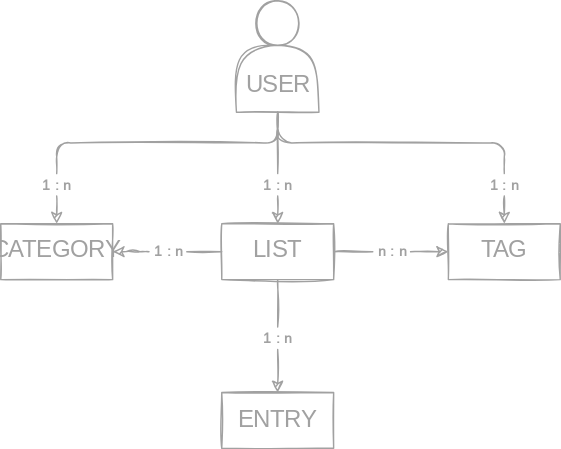
This is entity-relationship.drawio.svg from miaslls/MiaList-NestJS-Prisma-PostgreSQL, a draw.io export, as it was before one commit. Source tidied: cells renumbered, new cells last; positions are measured from the earlier drawing's top-left corner, leaving out a move shared by most shapes. The source it was exported from:
```xml
<mxGraphModel>
  <root>
    <mxCell id="0" />
    <mxCell id="1" parent="0" />
    <mxCell id="2" value="&lt;font&gt;&lt;br&gt;&lt;br&gt;USER&lt;/font&gt;" style="shape=actor;whiteSpace=wrap;html=1;verticalAlign=middle;labelBackgroundColor=none;strokeWidth=1;strokeColor=#A1A1A1;fontColor=#a1a1a1;fillColor=none;gradientColor=none;sketch=1;fontFamily=Annie Use Your Telescope;fontSource=https%3A%2F%2Ffonts.googleapis.com%2Fcss%3Ffamily%3DAnnie%2BUse%2BYour%2BTelescope;fontSize=17;fontStyle=0;" parent="1" vertex="1">
      <mxGeometry x="168.5" width="59" height="79.8" as="geometry" />
    </mxCell>
    <mxCell id="3" value="CATEGORY" style="rounded=0;whiteSpace=wrap;html=1;fontFamily=Annie Use Your Telescope;fontSource=https%3A%2F%2Ffonts.googleapis.com%2Fcss%3Ffamily%3DAnnie%2BUse%2BYour%2BTelescope;labelBackgroundColor=none;strokeWidth=1;strokeColor=#A1A1A1;fontColor=#a1a1a1;fillColor=none;gradientColor=none;glass=0;sketch=1;fontSize=17;fontStyle=0;" parent="1" vertex="1">
      <mxGeometry y="159.5" width="80" height="39.9" as="geometry" />
    </mxCell>
    <mxCell id="4" style="edgeStyle=orthogonalEdgeStyle;html=1;exitX=0;exitY=0.5;exitDx=0;exitDy=0;fontFamily=Roboto;fontSource=https%3A%2F%2Ffonts.googleapis.com%2Fcss%3Ffamily%3DRoboto;fontSize=10;fontColor=default;startArrow=none;strokeColor=#A1A1A1;sketch=1;" parent="1" edge="1" source="17" target="3">
      <mxGeometry relative="1" as="geometry" />
    </mxCell>
    <mxCell id="5" value="LIST" style="rounded=0;whiteSpace=wrap;html=1;fontFamily=Annie Use Your Telescope;fontSource=https%3A%2F%2Ffonts.googleapis.com%2Fcss%3Ffamily%3DAnnie%2BUse%2BYour%2BTelescope;labelBackgroundColor=none;strokeWidth=1;strokeColor=#A1A1A1;fontColor=#a1a1a1;fillColor=none;gradientColor=none;glass=0;sketch=1;fontSize=17;fontStyle=0;" parent="1" vertex="1">
      <mxGeometry x="158" y="159.5" width="80" height="39.9" as="geometry" />
    </mxCell>
    <mxCell id="6" value="ENTRY" style="rounded=0;whiteSpace=wrap;html=1;fontFamily=Annie Use Your Telescope;fontSource=https%3A%2F%2Ffonts.googleapis.com%2Fcss%3Ffamily%3DAnnie%2BUse%2BYour%2BTelescope;labelBackgroundColor=none;strokeWidth=1;strokeColor=#A1A1A1;fontColor=#a1a1a1;fillColor=none;gradientColor=none;glass=0;sketch=1;fontSize=17;fontStyle=0;" parent="1" vertex="1">
      <mxGeometry x="158" y="280.1" width="80" height="39.9" as="geometry" />
    </mxCell>
    <mxCell id="7" value="TAG" style="rounded=0;whiteSpace=wrap;html=1;fontFamily=Annie Use Your Telescope;fontSource=https%3A%2F%2Ffonts.googleapis.com%2Fcss%3Ffamily%3DAnnie%2BUse%2BYour%2BTelescope;labelBackgroundColor=none;strokeWidth=1;strokeColor=#A1A1A1;fontColor=#a1a1a1;fillColor=none;gradientColor=none;glass=0;sketch=1;fontSize=17;fontStyle=0;" parent="1" vertex="1">
      <mxGeometry x="320" y="159.5" width="80" height="39.9" as="geometry" />
    </mxCell>
    <mxCell id="8" value="1 : n" style="text;html=1;align=center;verticalAlign=middle;points=[];fillColor=none;strokeColor=none;rounded=0;fontFamily=Annie Use Your Telescope;fontSource=https%3A%2F%2Ffonts.googleapis.com%2Fcss%3Ffamily%3DAnnie%2BUse%2BYour%2BTelescope;fontSize=10;fontColor=#A1A1A1;labelBackgroundColor=none;shadow=1;glass=0;sketch=1;fontStyle=1;" parent="1" vertex="1">
      <mxGeometry x="184.5" y="123.6" width="27" height="16" as="geometry" />
    </mxCell>
    <mxCell id="9" style="edgeStyle=orthogonalEdgeStyle;html=1;exitX=0.5;exitY=1;exitDx=0;exitDy=0;entryX=0.5;entryY=0;entryDx=0;entryDy=0;fontFamily=Roboto;fontSource=https%3A%2F%2Ffonts.googleapis.com%2Fcss%3Ffamily%3DRoboto;fontSize=10;fontColor=default;startArrow=none;strokeColor=#A1A1A1;sketch=1;" parent="1" edge="1" source="8" target="5">
      <mxGeometry relative="1" as="geometry" />
    </mxCell>
    <mxCell id="10" style="edgeStyle=orthogonalEdgeStyle;html=1;exitX=0.5;exitY=1;exitDx=0;exitDy=0;entryX=0.5;entryY=0;entryDx=0;entryDy=0;fontFamily=Roboto;fontSource=https%3A%2F%2Ffonts.googleapis.com%2Fcss%3Ffamily%3DRoboto;fontSize=10;fontColor=default;endArrow=none;strokeColor=#A1A1A1;sketch=1;" parent="1" edge="1" source="2" target="8">
      <mxGeometry relative="1" as="geometry" />
    </mxCell>
    <mxCell id="11" value="1 : n" style="text;html=1;align=center;verticalAlign=middle;points=[];fillColor=none;strokeColor=none;rounded=0;fontFamily=Annie Use Your Telescope;fontSource=https%3A%2F%2Ffonts.googleapis.com%2Fcss%3Ffamily%3DAnnie%2BUse%2BYour%2BTelescope;fontSize=10;fontColor=#A1A1A1;labelBackgroundColor=none;shadow=1;glass=0;sketch=1;fontStyle=1;" parent="1" vertex="1">
      <mxGeometry x="26.5" y="123.6" width="27" height="16" as="geometry" />
    </mxCell>
    <mxCell id="12" style="edgeStyle=orthogonalEdgeStyle;html=1;exitX=0.5;exitY=1;exitDx=0;exitDy=0;entryX=0.5;entryY=0;entryDx=0;entryDy=0;fontFamily=Roboto;fontSource=https%3A%2F%2Ffonts.googleapis.com%2Fcss%3Ffamily%3DRoboto;fontSize=10;fontColor=default;startArrow=none;strokeColor=#A1A1A1;sketch=1;" parent="1" edge="1" source="11" target="3">
      <mxGeometry relative="1" as="geometry" />
    </mxCell>
    <mxCell id="13" style="edgeStyle=orthogonalEdgeStyle;html=1;exitX=0.5;exitY=1;exitDx=0;exitDy=0;entryX=0.5;entryY=0;entryDx=0;entryDy=0;fontFamily=Roboto;fontSource=https%3A%2F%2Ffonts.googleapis.com%2Fcss%3Ffamily%3DRoboto;fontSize=10;fontColor=default;endArrow=none;strokeColor=#A1A1A1;sketch=1;" parent="1" edge="1" source="2" target="11">
      <mxGeometry relative="1" as="geometry" />
    </mxCell>
    <mxCell id="14" value="1 : n" style="text;html=1;align=center;verticalAlign=middle;points=[];fillColor=none;strokeColor=none;rounded=0;fontFamily=Annie Use Your Telescope;fontSource=https%3A%2F%2Ffonts.googleapis.com%2Fcss%3Ffamily%3DAnnie%2BUse%2BYour%2BTelescope;fontSize=10;fontColor=#A1A1A1;labelBackgroundColor=none;shadow=1;glass=0;sketch=1;fontStyle=1;" parent="1" vertex="1">
      <mxGeometry x="346.5" y="123.6" width="27" height="16" as="geometry" />
    </mxCell>
    <mxCell id="15" style="edgeStyle=orthogonalEdgeStyle;html=1;exitX=0.5;exitY=1;exitDx=0;exitDy=0;entryX=0.5;entryY=0;entryDx=0;entryDy=0;fontFamily=Roboto;fontSource=https%3A%2F%2Ffonts.googleapis.com%2Fcss%3Ffamily%3DRoboto;fontSize=10;fontColor=default;startArrow=none;strokeColor=#A1A1A1;sketch=1;" parent="1" edge="1" source="14" target="7">
      <mxGeometry relative="1" as="geometry" />
    </mxCell>
    <mxCell id="16" style="edgeStyle=orthogonalEdgeStyle;html=1;exitX=0.5;exitY=1;exitDx=0;exitDy=0;entryX=0.5;entryY=0;entryDx=0;entryDy=0;fontFamily=Roboto;fontSource=https%3A%2F%2Ffonts.googleapis.com%2Fcss%3Ffamily%3DRoboto;fontSize=10;fontColor=default;endArrow=none;strokeColor=#A1A1A1;sketch=1;" parent="1" edge="1" source="2" target="14">
      <mxGeometry relative="1" as="geometry" />
    </mxCell>
    <mxCell id="17" value="1 : n" style="text;html=1;align=center;verticalAlign=middle;points=[];fillColor=none;strokeColor=none;rounded=0;fontFamily=Annie Use Your Telescope;fontSource=https%3A%2F%2Ffonts.googleapis.com%2Fcss%3Ffamily%3DAnnie%2BUse%2BYour%2BTelescope;fontSize=10;fontColor=#A1A1A1;labelBackgroundColor=none;shadow=1;glass=0;sketch=1;fontStyle=1;" parent="1" vertex="1">
      <mxGeometry x="106" y="171.4" width="27" height="16" as="geometry" />
    </mxCell>
    <mxCell id="18" style="edgeStyle=orthogonalEdgeStyle;html=1;exitX=0;exitY=0.5;exitDx=0;exitDy=0;fontFamily=Roboto;fontSource=https%3A%2F%2Ffonts.googleapis.com%2Fcss%3Ffamily%3DRoboto;fontSize=10;fontColor=default;endArrow=none;strokeColor=#A1A1A1;sketch=1;" parent="1" edge="1" source="5" target="17">
      <mxGeometry relative="1" as="geometry" />
    </mxCell>
    <mxCell id="19" value="n : n" style="text;html=1;align=center;verticalAlign=middle;points=[];fillColor=none;strokeColor=none;rounded=0;fontFamily=Annie Use Your Telescope;fontSource=https%3A%2F%2Ffonts.googleapis.com%2Fcss%3Ffamily%3DAnnie%2BUse%2BYour%2BTelescope;fontSize=10;fontColor=#A1A1A1;labelBackgroundColor=none;shadow=1;glass=0;sketch=1;fontStyle=1;" parent="1" vertex="1">
      <mxGeometry x="266" y="171.4" width="27" height="16" as="geometry" />
    </mxCell>
    <mxCell id="20" style="edgeStyle=orthogonalEdgeStyle;html=1;exitX=1;exitY=0.5;exitDx=0;exitDy=0;entryX=0;entryY=0.5;entryDx=0;entryDy=0;fontFamily=Roboto;fontSource=https%3A%2F%2Ffonts.googleapis.com%2Fcss%3Ffamily%3DRoboto;fontSize=10;fontColor=default;endArrow=none;strokeColor=#A1A1A1;sketch=1;" parent="1" edge="1" source="5" target="19">
      <mxGeometry relative="1" as="geometry" />
    </mxCell>
    <mxCell id="21" value="1 : n" style="text;html=1;align=center;verticalAlign=middle;points=[];fillColor=none;strokeColor=none;rounded=0;fontFamily=Annie Use Your Telescope;fontSource=https%3A%2F%2Ffonts.googleapis.com%2Fcss%3Ffamily%3DAnnie%2BUse%2BYour%2BTelescope;fontSize=10;fontColor=#A1A1A1;labelBackgroundColor=none;shadow=1;glass=0;sketch=1;fontStyle=1;" parent="1" vertex="1">
      <mxGeometry x="184.5" y="233.3" width="27" height="16" as="geometry" />
    </mxCell>
    <mxCell id="22" style="edgeStyle=orthogonalEdgeStyle;html=1;exitX=0.5;exitY=1;exitDx=0;exitDy=0;fontFamily=Roboto;fontSource=https%3A%2F%2Ffonts.googleapis.com%2Fcss%3Ffamily%3DRoboto;fontSize=10;fontColor=default;endArrow=none;strokeColor=#A1A1A1;sketch=1;" parent="1" edge="1" source="5" target="21">
      <mxGeometry relative="1" as="geometry" />
    </mxCell>
    <mxCell id="23" style="edgeStyle=orthogonalEdgeStyle;html=1;exitX=1;exitY=0.5;exitDx=0;exitDy=0;entryX=0;entryY=0.5;entryDx=0;entryDy=0;fontFamily=Roboto;fontSource=https%3A%2F%2Ffonts.googleapis.com%2Fcss%3Ffamily%3DRoboto;fontSize=10;fontColor=default;startArrow=none;strokeColor=#A1A1A1;sketch=1;" parent="1" edge="1" source="19" target="7">
      <mxGeometry relative="1" as="geometry" />
    </mxCell>
    <mxCell id="24" style="edgeStyle=orthogonalEdgeStyle;html=1;exitX=0.5;exitY=1;exitDx=0;exitDy=0;fontFamily=Roboto;fontSource=https%3A%2F%2Ffonts.googleapis.com%2Fcss%3Ffamily%3DRoboto;fontSize=10;fontColor=default;startArrow=none;strokeColor=#A1A1A1;sketch=1;" parent="1" edge="1" source="21" target="6">
      <mxGeometry relative="1" as="geometry" />
    </mxCell>
  </root>
</mxGraphModel>
```
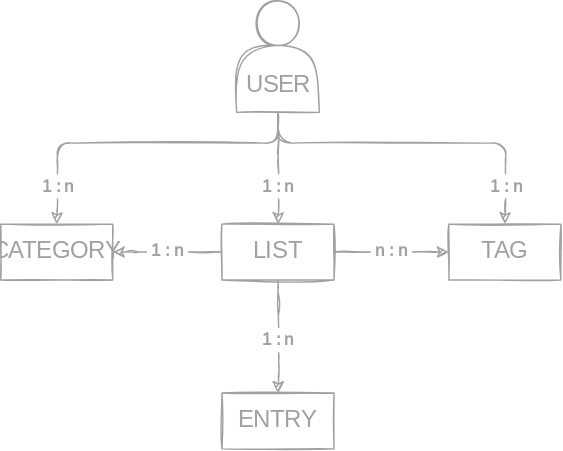
The same file after the commit.

What changed in the source:
```diff
@@ -20,8 +20,8 @@
     <mxCell id="7" value="TAG" style="rounded=0;whiteSpace=wrap;html=1;fontFamily=Annie Use Your Telescope;fontSource=https%3A%2F%2Ffonts.googleapis.com%2Fcss%3Ffamily%3DAnnie%2BUse%2BYour%2BTelescope;labelBackgroundColor=none;strokeWidth=1;strokeColor=#A1A1A1;fontColor=#a1a1a1;fillColor=none;gradientColor=none;glass=0;sketch=1;fontSize=17;fontStyle=0;" parent="1" vertex="1">
       <mxGeometry x="320" y="159.5" width="80" height="39.9" as="geometry" />
     </mxCell>
-    <mxCell id="8" value="1 : n" style="text;html=1;align=center;verticalAlign=middle;points=[];fillColor=none;strokeColor=none;rounded=0;fontFamily=Annie Use Your Telescope;fontSource=https%3A%2F%2Ffonts.googleapis.com%2Fcss%3Ffamily%3DAnnie%2BUse%2BYour%2BTelescope;fontSize=10;fontColor=#A1A1A1;labelBackgroundColor=none;shadow=1;glass=0;sketch=1;fontStyle=1;" parent="1" vertex="1">
-      <mxGeometry x="184.5" y="123.6" width="27" height="16" as="geometry" />
+    <mxCell id="8" value="1 : n" style="text;html=1;align=center;verticalAlign=middle;points=[];fillColor=none;strokeColor=none;rounded=0;fontFamily=Annie Use Your Telescope;fontSource=https%3A%2F%2Ffonts.googleapis.com%2Fcss%3Ffamily%3DAnnie%2BUse%2BYour%2BTelescope;fontSize=12;fontColor=#A1A1A1;labelBackgroundColor=none;shadow=1;glass=0;sketch=1;fontStyle=1;" parent="1" vertex="1">
+      <mxGeometry x="183.5" y="123.6" width="30" height="18" as="geometry" />
     </mxCell>
     <mxCell id="9" style="edgeStyle=orthogonalEdgeStyle;html=1;exitX=0.5;exitY=1;exitDx=0;exitDy=0;entryX=0.5;entryY=0;entryDx=0;entryDy=0;fontFamily=Roboto;fontSource=https%3A%2F%2Ffonts.googleapis.com%2Fcss%3Ffamily%3DRoboto;fontSize=10;fontColor=default;startArrow=none;strokeColor=#A1A1A1;sketch=1;" parent="1" edge="1" source="8" target="5">
       <mxGeometry relative="1" as="geometry" />
@@ -29,8 +29,8 @@
     <mxCell id="10" style="edgeStyle=orthogonalEdgeStyle;html=1;exitX=0.5;exitY=1;exitDx=0;exitDy=0;entryX=0.5;entryY=0;entryDx=0;entryDy=0;fontFamily=Roboto;fontSource=https%3A%2F%2Ffonts.googleapis.com%2Fcss%3Ffamily%3DRoboto;fontSize=10;fontColor=default;endArrow=none;strokeColor=#A1A1A1;sketch=1;" parent="1" edge="1" source="2" target="8">
       <mxGeometry relative="1" as="geometry" />
     </mxCell>
-    <mxCell id="11" value="1 : n" style="text;html=1;align=center;verticalAlign=middle;points=[];fillColor=none;strokeColor=none;rounded=0;fontFamily=Annie Use Your Telescope;fontSource=https%3A%2F%2Ffonts.googleapis.com%2Fcss%3Ffamily%3DAnnie%2BUse%2BYour%2BTelescope;fontSize=10;fontColor=#A1A1A1;labelBackgroundColor=none;shadow=1;glass=0;sketch=1;fontStyle=1;" parent="1" vertex="1">
-      <mxGeometry x="26.5" y="123.6" width="27" height="16" as="geometry" />
+    <mxCell id="11" value="1 : n" style="text;html=1;align=center;verticalAlign=middle;points=[];fillColor=none;strokeColor=none;rounded=0;fontFamily=Annie Use Your Telescope;fontSource=https%3A%2F%2Ffonts.googleapis.com%2Fcss%3Ffamily%3DAnnie%2BUse%2BYour%2BTelescope;fontSize=12;fontColor=#A1A1A1;labelBackgroundColor=none;shadow=1;glass=0;sketch=1;fontStyle=1;" parent="1" vertex="1">
+      <mxGeometry x="25.5" y="123.6" width="30" height="18" as="geometry" />
     </mxCell>
     <mxCell id="12" style="edgeStyle=orthogonalEdgeStyle;html=1;exitX=0.5;exitY=1;exitDx=0;exitDy=0;entryX=0.5;entryY=0;entryDx=0;entryDy=0;fontFamily=Roboto;fontSource=https%3A%2F%2Ffonts.googleapis.com%2Fcss%3Ffamily%3DRoboto;fontSize=10;fontColor=default;startArrow=none;strokeColor=#A1A1A1;sketch=1;" parent="1" edge="1" source="11" target="3">
       <mxGeometry relative="1" as="geometry" />
@@ -38,8 +38,8 @@
     <mxCell id="13" style="edgeStyle=orthogonalEdgeStyle;html=1;exitX=0.5;exitY=1;exitDx=0;exitDy=0;entryX=0.5;entryY=0;entryDx=0;entryDy=0;fontFamily=Roboto;fontSource=https%3A%2F%2Ffonts.googleapis.com%2Fcss%3Ffamily%3DRoboto;fontSize=10;fontColor=default;endArrow=none;strokeColor=#A1A1A1;sketch=1;" parent="1" edge="1" source="2" target="11">
       <mxGeometry relative="1" as="geometry" />
     </mxCell>
-    <mxCell id="14" value="1 : n" style="text;html=1;align=center;verticalAlign=middle;points=[];fillColor=none;strokeColor=none;rounded=0;fontFamily=Annie Use Your Telescope;fontSource=https%3A%2F%2Ffonts.googleapis.com%2Fcss%3Ffamily%3DAnnie%2BUse%2BYour%2BTelescope;fontSize=10;fontColor=#A1A1A1;labelBackgroundColor=none;shadow=1;glass=0;sketch=1;fontStyle=1;" parent="1" vertex="1">
-      <mxGeometry x="346.5" y="123.6" width="27" height="16" as="geometry" />
+    <mxCell id="14" value="1 : n" style="text;html=1;align=center;verticalAlign=middle;points=[];fillColor=none;strokeColor=none;rounded=0;fontFamily=Annie Use Your Telescope;fontSource=https%3A%2F%2Ffonts.googleapis.com%2Fcss%3Ffamily%3DAnnie%2BUse%2BYour%2BTelescope;fontSize=12;fontColor=#A1A1A1;labelBackgroundColor=none;shadow=1;glass=0;sketch=1;fontStyle=1;" parent="1" vertex="1">
+      <mxGeometry x="345.5" y="123.6" width="30" height="18" as="geometry" />
     </mxCell>
     <mxCell id="15" style="edgeStyle=orthogonalEdgeStyle;html=1;exitX=0.5;exitY=1;exitDx=0;exitDy=0;entryX=0.5;entryY=0;entryDx=0;entryDy=0;fontFamily=Roboto;fontSource=https%3A%2F%2Ffonts.googleapis.com%2Fcss%3Ffamily%3DRoboto;fontSize=10;fontColor=default;startArrow=none;strokeColor=#A1A1A1;sketch=1;" parent="1" edge="1" source="14" target="7">
       <mxGeometry relative="1" as="geometry" />
@@ -47,20 +47,20 @@
     <mxCell id="16" style="edgeStyle=orthogonalEdgeStyle;html=1;exitX=0.5;exitY=1;exitDx=0;exitDy=0;entryX=0.5;entryY=0;entryDx=0;entryDy=0;fontFamily=Roboto;fontSource=https%3A%2F%2Ffonts.googleapis.com%2Fcss%3Ffamily%3DRoboto;fontSize=10;fontColor=default;endArrow=none;strokeColor=#A1A1A1;sketch=1;" parent="1" edge="1" source="2" target="14">
       <mxGeometry relative="1" as="geometry" />
     </mxCell>
-    <mxCell id="17" value="1 : n" style="text;html=1;align=center;verticalAlign=middle;points=[];fillColor=none;strokeColor=none;rounded=0;fontFamily=Annie Use Your Telescope;fontSource=https%3A%2F%2Ffonts.googleapis.com%2Fcss%3Ffamily%3DAnnie%2BUse%2BYour%2BTelescope;fontSize=10;fontColor=#A1A1A1;labelBackgroundColor=none;shadow=1;glass=0;sketch=1;fontStyle=1;" parent="1" vertex="1">
-      <mxGeometry x="106" y="171.4" width="27" height="16" as="geometry" />
+    <mxCell id="17" value="1 : n" style="text;html=1;align=center;verticalAlign=middle;points=[];fillColor=none;strokeColor=none;rounded=0;fontFamily=Annie Use Your Telescope;fontSource=https%3A%2F%2Ffonts.googleapis.com%2Fcss%3Ffamily%3DAnnie%2BUse%2BYour%2BTelescope;fontSize=12;fontColor=#A1A1A1;labelBackgroundColor=none;shadow=1;glass=0;sketch=1;fontStyle=1;" parent="1" vertex="1">
+      <mxGeometry x="104" y="170.4" width="30" height="18" as="geometry" />
     </mxCell>
     <mxCell id="18" style="edgeStyle=orthogonalEdgeStyle;html=1;exitX=0;exitY=0.5;exitDx=0;exitDy=0;fontFamily=Roboto;fontSource=https%3A%2F%2Ffonts.googleapis.com%2Fcss%3Ffamily%3DRoboto;fontSize=10;fontColor=default;endArrow=none;strokeColor=#A1A1A1;sketch=1;" parent="1" edge="1" source="5" target="17">
       <mxGeometry relative="1" as="geometry" />
     </mxCell>
-    <mxCell id="19" value="n : n" style="text;html=1;align=center;verticalAlign=middle;points=[];fillColor=none;strokeColor=none;rounded=0;fontFamily=Annie Use Your Telescope;fontSource=https%3A%2F%2Ffonts.googleapis.com%2Fcss%3Ffamily%3DAnnie%2BUse%2BYour%2BTelescope;fontSize=10;fontColor=#A1A1A1;labelBackgroundColor=none;shadow=1;glass=0;sketch=1;fontStyle=1;" parent="1" vertex="1">
-      <mxGeometry x="266" y="171.4" width="27" height="16" as="geometry" />
+    <mxCell id="19" value="n : n" style="text;html=1;align=center;verticalAlign=middle;points=[];fillColor=none;strokeColor=none;rounded=0;fontFamily=Annie Use Your Telescope;fontSource=https%3A%2F%2Ffonts.googleapis.com%2Fcss%3Ffamily%3DAnnie%2BUse%2BYour%2BTelescope;fontSize=12;fontColor=#A1A1A1;labelBackgroundColor=none;shadow=1;glass=0;sketch=1;fontStyle=1;" parent="1" vertex="1">
+      <mxGeometry x="264" y="170.4" width="30" height="18" as="geometry" />
     </mxCell>
     <mxCell id="20" style="edgeStyle=orthogonalEdgeStyle;html=1;exitX=1;exitY=0.5;exitDx=0;exitDy=0;entryX=0;entryY=0.5;entryDx=0;entryDy=0;fontFamily=Roboto;fontSource=https%3A%2F%2Ffonts.googleapis.com%2Fcss%3Ffamily%3DRoboto;fontSize=10;fontColor=default;endArrow=none;strokeColor=#A1A1A1;sketch=1;" parent="1" edge="1" source="5" target="19">
       <mxGeometry relative="1" as="geometry" />
     </mxCell>
-    <mxCell id="21" value="1 : n" style="text;html=1;align=center;verticalAlign=middle;points=[];fillColor=none;strokeColor=none;rounded=0;fontFamily=Annie Use Your Telescope;fontSource=https%3A%2F%2Ffonts.googleapis.com%2Fcss%3Ffamily%3DAnnie%2BUse%2BYour%2BTelescope;fontSize=10;fontColor=#A1A1A1;labelBackgroundColor=none;shadow=1;glass=0;sketch=1;fontStyle=1;" parent="1" vertex="1">
-      <mxGeometry x="184.5" y="233.3" width="27" height="16" as="geometry" />
+    <mxCell id="21" value="1 : n" style="text;html=1;align=center;verticalAlign=middle;points=[];fillColor=none;strokeColor=none;rounded=0;fontFamily=Annie Use Your Telescope;fontSource=https%3A%2F%2Ffonts.googleapis.com%2Fcss%3Ffamily%3DAnnie%2BUse%2BYour%2BTelescope;fontSize=12;fontColor=#A1A1A1;labelBackgroundColor=none;shadow=1;glass=0;sketch=1;fontStyle=1;" parent="1" vertex="1">
+      <mxGeometry x="183.5" y="233.3" width="30" height="18" as="geometry" />
     </mxCell>
     <mxCell id="22" style="edgeStyle=orthogonalEdgeStyle;html=1;exitX=0.5;exitY=1;exitDx=0;exitDy=0;fontFamily=Roboto;fontSource=https%3A%2F%2Ffonts.googleapis.com%2Fcss%3Ffamily%3DRoboto;fontSize=10;fontColor=default;endArrow=none;strokeColor=#A1A1A1;sketch=1;" parent="1" edge="1" source="5" target="21">
       <mxGeometry relative="1" as="geometry" />
```
